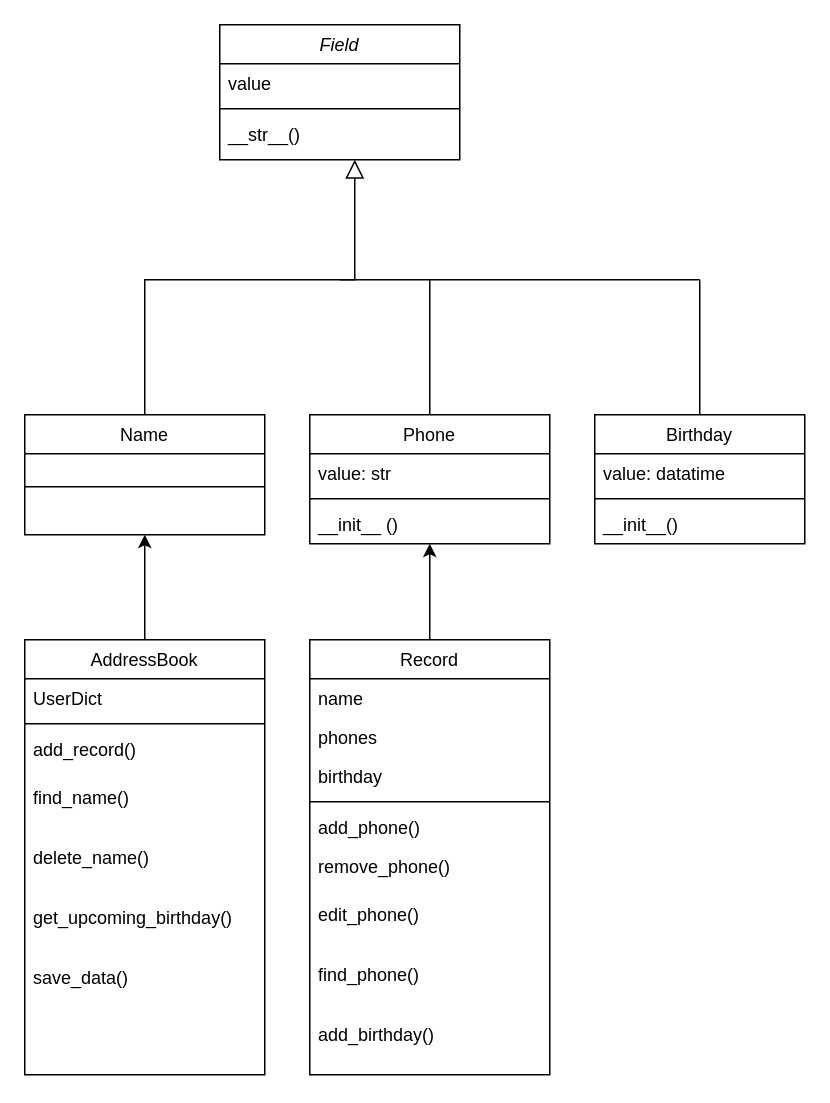
Above: Диаграмма без названия.drawio in XenKos/python (draw.io), before the change. Source tidied: cells renumbered, new cells numbered last; positions are measured from the earlier drawing's top-left corner, leaving out a move shared by most shapes. Both pictures are drawn from the tidied source at 150%, with x=0, y=0 at pixel (24, 24).
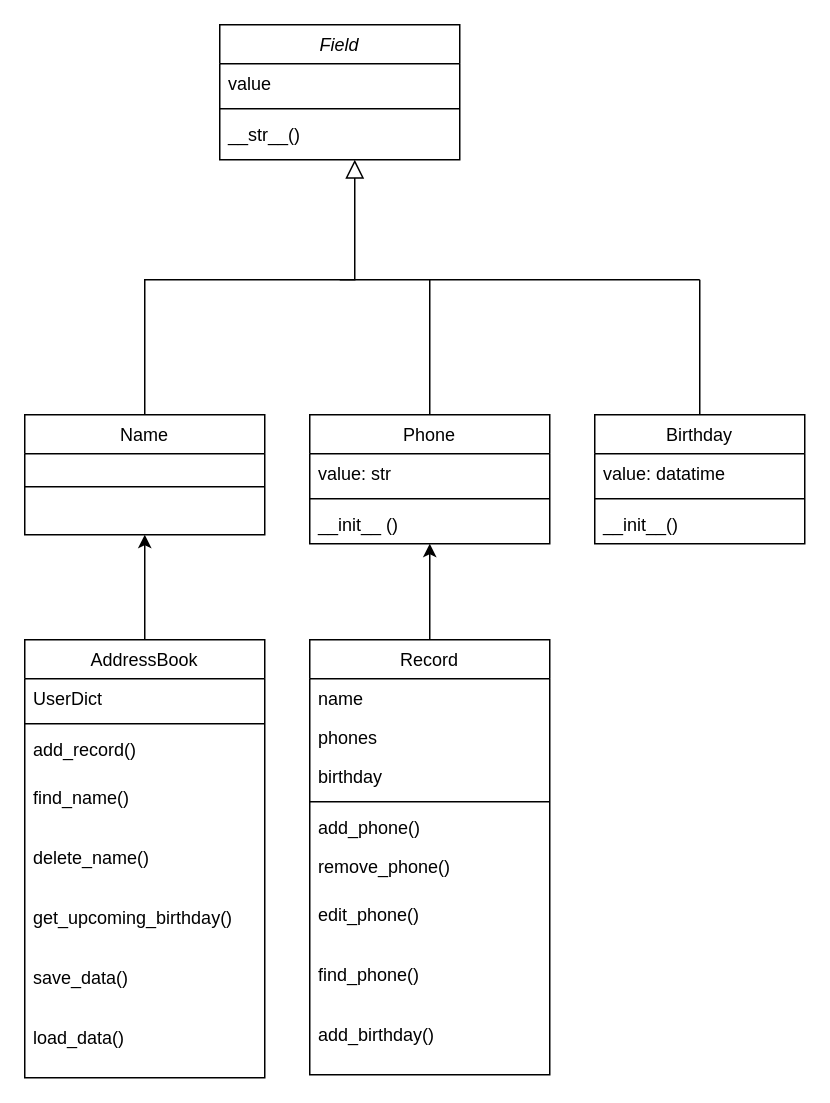
The same diagram, later.

The edit, as a diff of the source:
```diff
@@
     <mxCell id="31" value="AddressBook" style="swimlane;fontStyle=0;align=center;verticalAlign=top;horizontal=1;startSize=26;rounded=0;shadow=0;strokeWidth=1;" parent="1" vertex="1">
-      <mxGeometry y="410" width="160" height="290" as="geometry" />
+      <mxGeometry y="410" width="160" height="292" as="geometry" />
     </mxCell>
@@
+    <mxCell id="40" value="load_data()" style="text;align=left;verticalAlign=top;spacingLeft=4;spacingRight=4;overflow=hidden;" parent="31" vertex="1">
+      <mxGeometry y="252" width="160" height="40" as="geometry" />
+    </mxCell>
```
